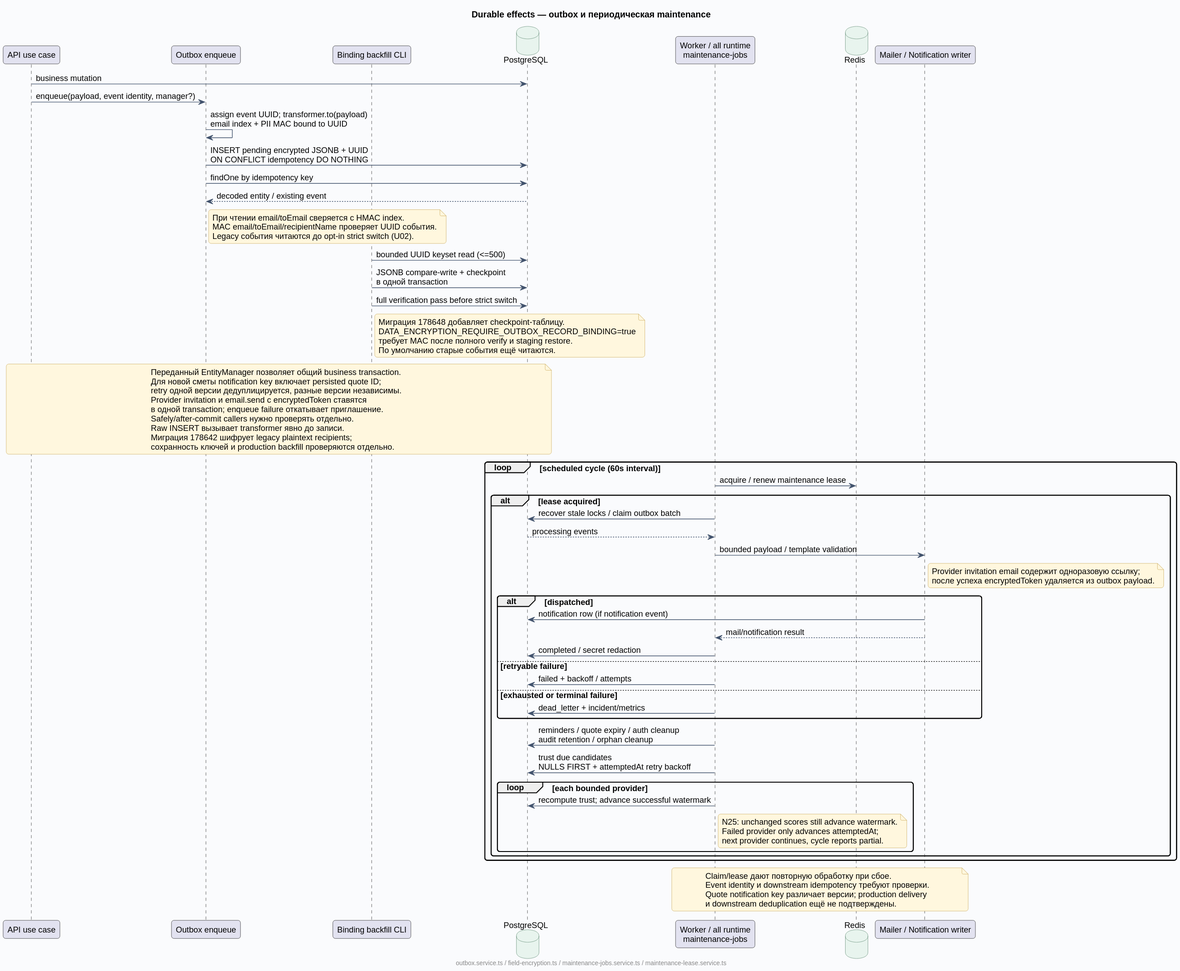
Before: docs/diagrams/rendered/08-outbox-maintenance.svg, a diagram exported from PlantUML (Dima163163/auto-care-hub). The source it was exported from:
```plantuml
@startuml
!include _style.puml
title Durable effects — outbox и периодическая maintenance
participant "API use case" as API
participant "Outbox enqueue" as Queue
participant "Binding backfill CLI" as Backfill
database "PostgreSQL" as PG
participant "Worker / all runtime\nmaintenance-jobs" as Worker
database "Redis" as Redis
participant "Mailer / Notification writer" as Delivery
API -> PG : business mutation
API -> Queue : enqueue(payload, event identity, manager?)
Queue -> Queue : assign event UUID; transformer.to(payload)\nemail index + PII MAC bound to UUID
Queue -> PG : INSERT pending encrypted JSONB + UUID\nON CONFLICT idempotency DO NOTHING
Queue -> PG : findOne by idempotency key
PG --> Queue : decoded entity / existing event
note right of Queue
  При чтении email/toEmail сверяется с HMAC index.
  MAC email/toEmail/recipientName проверяет UUID события.
  Legacy события читаются до opt-in strict switch (U02).
end note
Backfill -> PG : bounded UUID keyset read (<=500)
Backfill -> PG : JSONB compare-write + checkpoint\nв одной transaction
Backfill -> PG : full verification pass before strict switch
note right of Backfill
  Миграция 178648 добавляет checkpoint-таблицу.
  DATA_ENCRYPTION_REQUIRE_OUTBOX_RECORD_BINDING=true
  требует MAC после полного verify и staging restore.
  По умолчанию старые события ещё читаются.
end note
note over API, PG
  Переданный EntityManager позволяет общий business transaction.
  Для новой сметы notification key включает persisted quote ID;
  retry одной версии дедуплицируется, разные версии независимы.
  Provider invitation и email.send с encryptedToken ставятся
  в одной transaction; enqueue failure откатывает приглашение.
  Safely/after-commit callers нужно проверять отдельно.
  Raw INSERT вызывает transformer явно до записи.
  Миграция 178642 шифрует legacy plaintext recipients;
  сохранность ключей и production backfill проверяются отдельно.
end note
loop scheduled cycle (60s interval)
  Worker -> Redis : acquire / renew maintenance lease
  alt lease acquired
    Worker -> PG : recover stale locks / claim outbox batch
    PG --> Worker : processing events
    Worker -> Delivery : bounded payload / template validation
    note right of Delivery
      Provider invitation email содержит одноразовую ссылку;
      после успеха encryptedToken удаляется из outbox payload.
    end note
    alt dispatched
      Delivery -> PG : notification row (if notification event)
      Delivery --> Worker : mail/notification result
      Worker -> PG : completed / secret redaction
    else retryable failure
      Worker -> PG : failed + backoff / attempts
    else exhausted or terminal failure
      Worker -> PG : dead_letter + incident/metrics
    end
    Worker -> PG : reminders / quote expiry / auth cleanup\naudit retention / orphan cleanup
    Worker -> PG : trust due candidates\nNULLS FIRST + attemptedAt retry backoff
    loop each bounded provider
      Worker -> PG : recompute trust; advance successful watermark
      note right of Worker
        N25: unchanged scores still advance watermark.
        Failed provider only advances attemptedAt;
        next provider continues, cycle reports partial.
      end note
    end
  end
end
note over Worker, Delivery
  Claim/lease дают повторную обработку при сбое.
  Event identity и downstream idempotency требуют проверки.
  Quote notification key различает версии; production delivery
  и downstream deduplication ещё не подтверждены.
end note
footer outbox.service.ts / field-encryption.ts / maintenance-jobs.service.ts / maintenance-lease.service.ts
@enduml
```
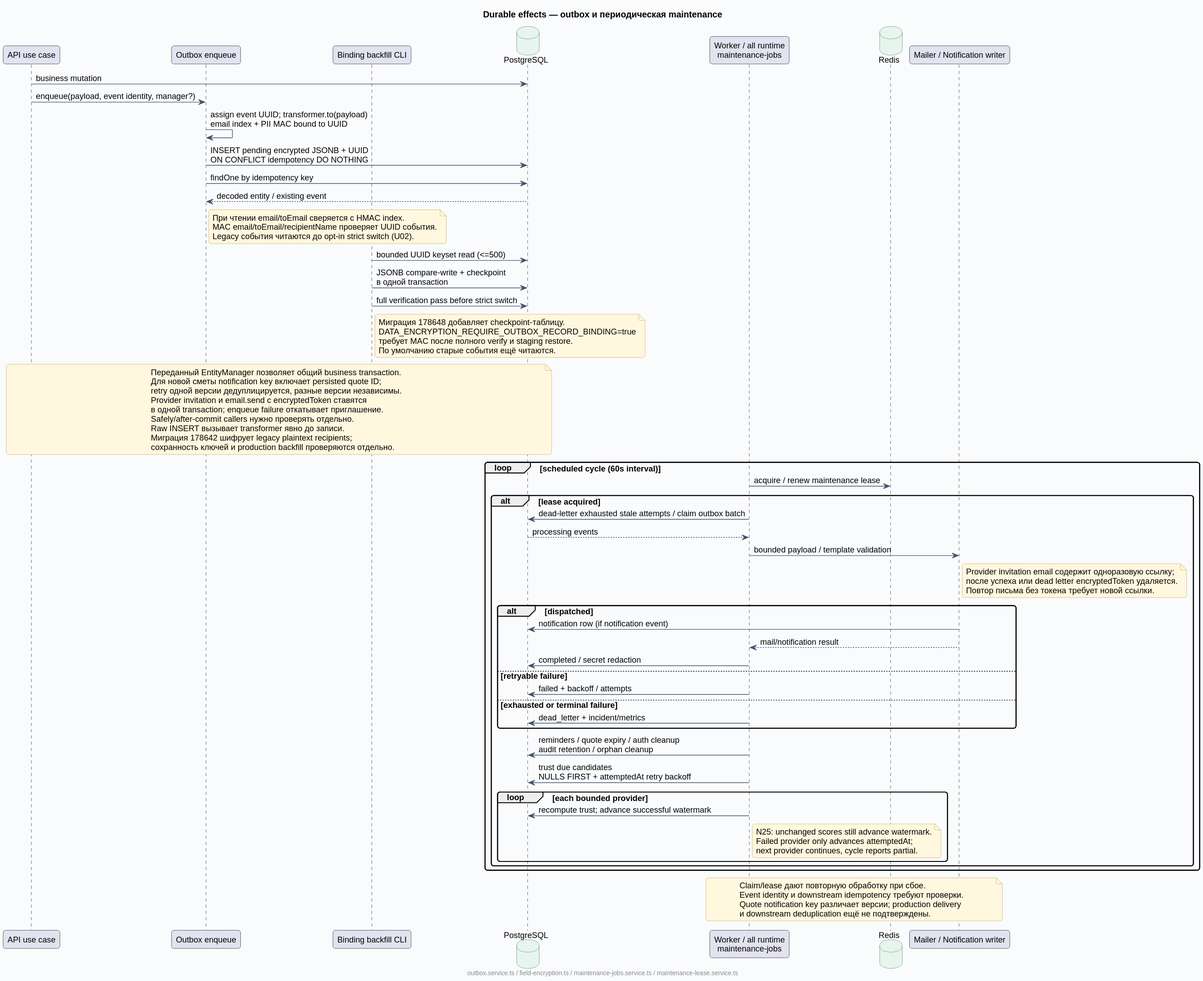
Later version of the same file.

What changed in the source:
```diff
@@ -42,12 +42,13 @@
 loop scheduled cycle (60s interval)
   Worker -> Redis : acquire / renew maintenance lease
   alt lease acquired
-    Worker -> PG : recover stale locks / claim outbox batch
+    Worker -> PG : dead-letter exhausted stale attempts / claim outbox batch
     PG --> Worker : processing events
     Worker -> Delivery : bounded payload / template validation
     note right of Delivery
       Provider invitation email содержит одноразовую ссылку;
-      после успеха encryptedToken удаляется из outbox payload.
+      после успеха или dead letter encryptedToken удаляется.
+      Повтор письма без токена требует новой ссылки.
     end note
     alt dispatched
       Delivery -> PG : notification row (if notification event)
```
